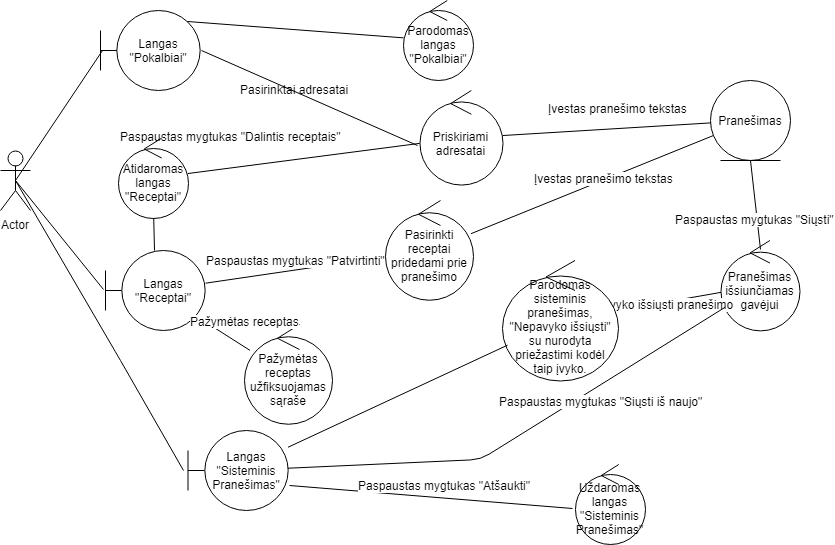
Earlier version of the draw.io export Nuotraukos/ROBUSTnaudotBendrPerPranesimus.png (Tristanas/PSI2-Food-Bee-Inc). Source tidied: cells renumbered, new cells last; positions are measured from the earlier drawing's top-left corner, leaving out a move shared by most shapes. Source of this version:
```xml
<mxGraphModel>
  <root>
    <mxCell id="0" />
    <mxCell id="1" parent="0" />
    <mxCell id="2" value="Actor" style="shape=umlActor;verticalLabelPosition=bottom;labelBackgroundColor=#ffffff;verticalAlign=top;html=1;outlineConnect=0;" parent="1" vertex="1">
      <mxGeometry y="150" width="30" height="60" as="geometry" />
    </mxCell>
    <mxCell id="3" value="Parodomas langas &quot;Pokalbiai&quot;" style="ellipse;shape=umlControl;whiteSpace=wrap;html=1;" parent="1" vertex="1">
      <mxGeometry x="403" width="70" height="80" as="geometry" />
    </mxCell>
    <mxCell id="4" value="Langas &quot;Pokalbiai&quot;" style="shape=umlBoundary;whiteSpace=wrap;html=1;" parent="1" vertex="1">
      <mxGeometry x="100" y="10" width="100" height="80" as="geometry" />
    </mxCell>
    <mxCell id="5" style="endArrow=none;html=1;exitX=0.87;exitY=0.138;exitDx=0;exitDy=0;exitPerimeter=0;" parent="1" edge="1" source="4" target="3">
      <mxGeometry relative="1" as="geometry" />
    </mxCell>
    <mxCell id="6" style="endArrow=none;html=1;entryX=0.02;entryY=0.5;entryDx=0;entryDy=0;entryPerimeter=0;exitX=0.5;exitY=0.5;exitDx=0;exitDy=0;exitPerimeter=0;" parent="1" edge="1" source="2" target="4">
      <mxGeometry relative="1" as="geometry" />
    </mxCell>
    <mxCell id="7" style="endArrow=none;html=1;exitX=1.01;exitY=0.5;exitDx=0;exitDy=0;exitPerimeter=0;entryX=-0.024;entryY=0.584;entryDx=0;entryDy=0;entryPerimeter=0;" parent="1" edge="1" source="4" target="9">
      <mxGeometry relative="1" as="geometry" />
    </mxCell>
    <mxCell id="8" value="Pasirinktai adresatai" style="text;html=1;align=left;verticalAlign=top;spacingTop=-4;" parent="1" vertex="1">
      <mxGeometry x="237.5" y="80" width="120" height="20" as="geometry" />
    </mxCell>
    <mxCell id="9" value="Priskiriami adresatai" style="ellipse;shape=umlControl;whiteSpace=wrap;html=1;" parent="1" vertex="1">
      <mxGeometry x="419" y="90" width="83" height="95" as="geometry" />
    </mxCell>
    <mxCell id="10" value="Pranešimas" style="ellipse;shape=umlEntity;whiteSpace=wrap;html=1;" parent="1" vertex="1">
      <mxGeometry x="710" y="80" width="80" height="80" as="geometry" />
    </mxCell>
    <mxCell id="11" style="endArrow=none;html=1;" parent="1" edge="1" source="10" target="9">
      <mxGeometry relative="1" as="geometry" />
    </mxCell>
    <mxCell id="12" value="Įvestas pranešimo tekstas" style="text;html=1;align=center;verticalAlign=middle;labelBackgroundColor=#ffffff;" parent="11" vertex="1">
      <mxGeometry x="-0.45" y="4" relative="1" as="geometry">
        <mxPoint x="-35.5" y="-22" as="offset" />
      </mxGeometry>
    </mxCell>
    <mxCell id="13" style="endArrow=none;html=1;" parent="1" edge="1" source="15" target="9">
      <mxGeometry relative="1" as="geometry" />
    </mxCell>
    <mxCell id="14" value="&lt;span&gt;Paspaustas mygtukas &quot;Dalintis receptais&quot;&lt;/span&gt;" style="text;html=1;align=center;verticalAlign=middle;labelBackgroundColor=#ffffff;" parent="13" vertex="1">
      <mxGeometry x="-0.68" relative="1" as="geometry">
        <mxPoint x="6.5" y="-33" as="offset" />
      </mxGeometry>
    </mxCell>
    <mxCell id="15" value="Atidaromas langas &quot;Receptai&quot;" style="ellipse;shape=umlControl;whiteSpace=wrap;html=1;" parent="1" vertex="1">
      <mxGeometry x="117.5" y="137.5" width="70" height="80" as="geometry" />
    </mxCell>
    <mxCell id="16" value="Langas &quot;Receptai&quot;" style="shape=umlBoundary;whiteSpace=wrap;html=1;" parent="1" vertex="1">
      <mxGeometry x="105" y="250" width="100" height="80" as="geometry" />
    </mxCell>
    <mxCell id="17" style="endArrow=none;html=1;" parent="1" edge="1" source="16" target="15">
      <mxGeometry relative="1" as="geometry" />
    </mxCell>
    <mxCell id="18" style="endArrow=none;html=1;entryX=0.5;entryY=0.5;entryDx=0;entryDy=0;entryPerimeter=0;exitX=-0.02;exitY=0.488;exitDx=0;exitDy=0;exitPerimeter=0;" parent="1" edge="1" source="16" target="2">
      <mxGeometry relative="1" as="geometry" />
    </mxCell>
    <mxCell id="19" value="Pažymėtas receptas užfiksuojamas sąraše" style="ellipse;shape=umlControl;whiteSpace=wrap;html=1;" parent="1" vertex="1">
      <mxGeometry x="244" y="324" width="88" height="100" as="geometry" />
    </mxCell>
    <mxCell id="20" style="endArrow=none;html=1;" parent="1" edge="1" source="19" target="16">
      <mxGeometry relative="1" as="geometry" />
    </mxCell>
    <mxCell id="21" value="Pažymėtas receptas" style="text;html=1;align=center;verticalAlign=middle;labelBackgroundColor=#ffffff;" parent="20" vertex="1">
      <mxGeometry x="0.4" y="1" relative="1" as="geometry">
        <mxPoint x="26.5" y="-10" as="offset" />
      </mxGeometry>
    </mxCell>
    <mxCell id="22" style="endArrow=none;html=1;" parent="1" edge="1" source="24" target="16">
      <mxGeometry relative="1" as="geometry" />
    </mxCell>
    <mxCell id="23" value="Paspaustas mygtukas &quot;Patvirtinti&quot;" style="text;html=1;align=center;verticalAlign=middle;labelBackgroundColor=#ffffff;" parent="22" vertex="1">
      <mxGeometry x="0.38" y="1" relative="1" as="geometry">
        <mxPoint x="33" y="-15.5" as="offset" />
      </mxGeometry>
    </mxCell>
    <mxCell id="24" value="Pasirinkti receptai pridedami prie pranešimo" style="ellipse;shape=umlControl;whiteSpace=wrap;html=1;" parent="1" vertex="1">
      <mxGeometry x="385" y="200" width="88" height="100" as="geometry" />
    </mxCell>
    <mxCell id="25" style="endArrow=none;html=1;" parent="1" edge="1" source="10" target="24">
      <mxGeometry relative="1" as="geometry" />
    </mxCell>
    <mxCell id="26" value="Įvestas pranešimo tekstas" style="text;html=1;align=center;verticalAlign=middle;labelBackgroundColor=#ffffff;" parent="25" vertex="1">
      <mxGeometry x="-0.45" y="4" relative="1" as="geometry">
        <mxPoint x="-44.5" y="11.5" as="offset" />
      </mxGeometry>
    </mxCell>
    <mxCell id="27" value="Pranešimas išsiunčiamas gavėjui" style="ellipse;shape=umlControl;whiteSpace=wrap;html=1;" parent="1" vertex="1">
      <mxGeometry x="720" y="240" width="79" height="90" as="geometry" />
    </mxCell>
    <mxCell id="28" style="endArrow=none;html=1;entryX=0.5;entryY=1;entryDx=0;entryDy=0;exitX=0.506;exitY=0.1;exitDx=0;exitDy=0;exitPerimeter=0;" parent="1" edge="1" source="27" target="10">
      <mxGeometry relative="1" as="geometry" />
    </mxCell>
    <mxCell id="29" value="Paspaustas mygtukas &quot;Siųsti&quot;" style="text;html=1;align=center;verticalAlign=middle;labelBackgroundColor=#ffffff;" parent="28" vertex="1">
      <mxGeometry x="-0.31" y="3" relative="1" as="geometry" />
    </mxCell>
    <mxCell id="30" style="endArrow=none;html=1;" parent="1" edge="1" source="32" target="27">
      <mxGeometry relative="1" as="geometry" />
    </mxCell>
    <mxCell id="31" value="&lt;span&gt;Nepavyko išsiųsti pranešimo&lt;/span&gt;" style="text;html=1;align=center;verticalAlign=middle;labelBackgroundColor=#ffffff;" parent="30" vertex="1">
      <mxGeometry x="-0.24" relative="1" as="geometry" />
    </mxCell>
    <mxCell id="32" value="Parodomas sisteminis pranešimas, &quot;Nepavyko išsiųsti&quot; su nurodyta priežastimi kodėl taip įvyko." style="ellipse;shape=umlControl;whiteSpace=wrap;html=1;" parent="1" vertex="1">
      <mxGeometry x="502" y="260" width="116" height="120" as="geometry" />
    </mxCell>
    <mxCell id="33" value="Langas &quot;Sisteminis Pranešimas&quot;" style="shape=umlBoundary;whiteSpace=wrap;html=1;" parent="1" vertex="1">
      <mxGeometry x="187.5" y="430" width="100" height="80" as="geometry" />
    </mxCell>
    <mxCell id="34" style="endArrow=none;html=1;" parent="1" edge="1" source="33" target="32">
      <mxGeometry relative="1" as="geometry" />
    </mxCell>
    <mxCell id="35" style="endArrow=none;html=1;" parent="1" edge="1" source="27" target="33">
      <mxGeometry relative="1" as="geometry">
        <Array as="points">
          <mxPoint x="480" y="459" />
        </Array>
      </mxGeometry>
    </mxCell>
    <mxCell id="36" value="Paspaustas mygtukas &quot;Siųsti iš naujo&quot;" style="text;html=1;align=center;verticalAlign=middle;labelBackgroundColor=#ffffff;" parent="35" vertex="1">
      <mxGeometry x="0.31" y="4" relative="1" as="geometry">
        <mxPoint x="146.5" y="-63.5" as="offset" />
      </mxGeometry>
    </mxCell>
    <mxCell id="37" value="Uždaromas langas &quot;Sisteminis Pranešimas&quot;" style="ellipse;shape=umlControl;whiteSpace=wrap;html=1;" parent="1" vertex="1">
      <mxGeometry x="574.5" y="464" width="70" height="80" as="geometry" />
    </mxCell>
    <mxCell id="38" style="endArrow=none;html=1;entryX=-0.05;entryY=0.5;entryDx=0;entryDy=0;entryPerimeter=0;exitX=0.5;exitY=0.5;exitDx=0;exitDy=0;exitPerimeter=0;" parent="1" edge="1" source="2" target="33">
      <mxGeometry relative="1" as="geometry">
        <Array as="points">
          <mxPoint x="120" y="360" />
        </Array>
      </mxGeometry>
    </mxCell>
    <mxCell id="39" style="endArrow=none;html=1;entryX=1.01;entryY=0.688;entryDx=0;entryDy=0;entryPerimeter=0;exitX=-0.029;exitY=0.55;exitDx=0;exitDy=0;exitPerimeter=0;" parent="1" edge="1" source="37" target="33">
      <mxGeometry relative="1" as="geometry" />
    </mxCell>
    <mxCell id="40" value="Paspaustas mygtukas &quot;Atšaukti&quot;" style="text;html=1;align=center;verticalAlign=middle;labelBackgroundColor=#ffffff;" parent="39" vertex="1">
      <mxGeometry x="-0.24" y="-1" relative="1" as="geometry">
        <mxPoint x="-20.5" y="-13.5" as="offset" />
      </mxGeometry>
    </mxCell>
  </root>
</mxGraphModel>
```
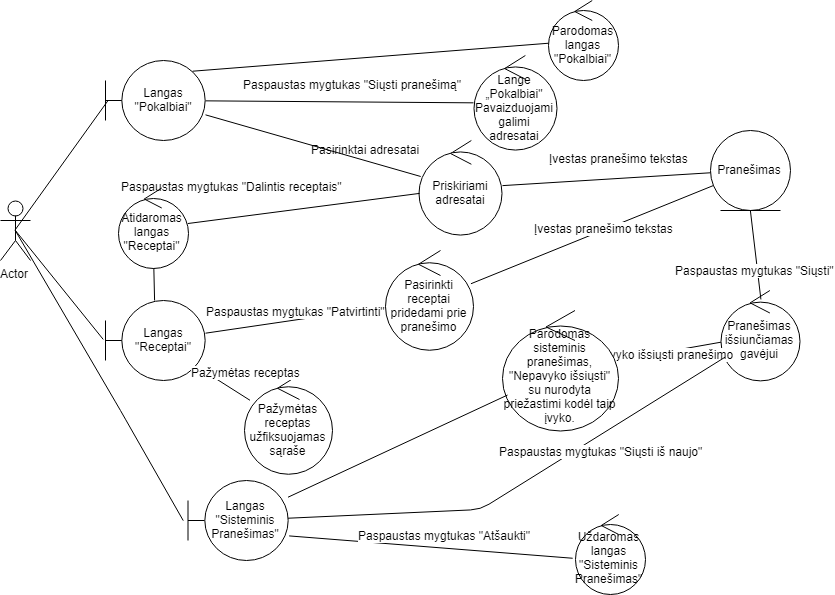
Above is the later version.

Commit message:
Update use case and RD

Change to the diagram source:
```diff
@@ -6,10 +6,10 @@
       <mxGeometry y="150" width="30" height="60" as="geometry" />
     </mxCell>
     <mxCell id="3" value="Parodomas langas &quot;Pokalbiai&quot;" style="ellipse;shape=umlControl;whiteSpace=wrap;html=1;" parent="1" vertex="1">
-      <mxGeometry x="403" width="70" height="80" as="geometry" />
+      <mxGeometry x="548" y="-50" width="70" height="80" as="geometry" />
     </mxCell>
     <mxCell id="4" value="Langas &quot;Pokalbiai&quot;" style="shape=umlBoundary;whiteSpace=wrap;html=1;" parent="1" vertex="1">
-      <mxGeometry x="100" y="10" width="100" height="80" as="geometry" />
+      <mxGeometry x="105" y="10" width="100" height="80" as="geometry" />
     </mxCell>
     <mxCell id="5" style="endArrow=none;html=1;exitX=0.87;exitY=0.138;exitDx=0;exitDy=0;exitPerimeter=0;" parent="1" edge="1" source="4" target="3">
       <mxGeometry relative="1" as="geometry" />
@@ -17,11 +17,11 @@
     <mxCell id="6" style="endArrow=none;html=1;entryX=0.02;entryY=0.5;entryDx=0;entryDy=0;entryPerimeter=0;exitX=0.5;exitY=0.5;exitDx=0;exitDy=0;exitPerimeter=0;" parent="1" edge="1" source="2" target="4">
       <mxGeometry relative="1" as="geometry" />
     </mxCell>
-    <mxCell id="7" style="endArrow=none;html=1;exitX=1.01;exitY=0.5;exitDx=0;exitDy=0;exitPerimeter=0;entryX=-0.024;entryY=0.584;entryDx=0;entryDy=0;entryPerimeter=0;" parent="1" edge="1" source="4" target="9">
+    <mxCell id="7" style="endArrow=none;html=1;" parent="1" edge="1" source="4" target="9">
       <mxGeometry relative="1" as="geometry" />
     </mxCell>
     <mxCell id="8" value="Pasirinktai adresatai" style="text;html=1;align=left;verticalAlign=top;spacingTop=-4;" parent="1" vertex="1">
-      <mxGeometry x="237.5" y="80" width="120" height="20" as="geometry" />
+      <mxGeometry x="309" y="90" width="120" height="20" as="geometry" />
     </mxCell>
     <mxCell id="9" value="Priskiriami adresatai" style="ellipse;shape=umlControl;whiteSpace=wrap;html=1;" parent="1" vertex="1">
       <mxGeometry x="419" y="90" width="83" height="95" as="geometry" />
@@ -141,5 +141,16 @@
         <mxPoint x="-20.5" y="-13.5" as="offset" />
       </mxGeometry>
     </mxCell>
+    <mxCell id="41" value="Lange „Pokalbiai&quot;&lt;br&gt;Pavaizduojami galimi adresatai" style="ellipse;shape=umlControl;whiteSpace=wrap;html=1;" parent="1" vertex="1">
+      <mxGeometry x="473" y="5" width="83" height="95" as="geometry" />
+    </mxCell>
+    <mxCell id="42" style="endArrow=none;html=1;" parent="1" edge="1" source="41" target="4">
+      <mxGeometry relative="1" as="geometry" />
+    </mxCell>
+    <mxCell id="43" value="Paspaustas mygtukas &quot;Siųsti pranešimą&quot;" style="text;html=1;align=center;verticalAlign=middle;labelBackgroundColor=#ffffff;" parent="42" vertex="1">
+      <mxGeometry x="0.16" y="-3" relative="1" as="geometry">
+        <mxPoint x="33.5" y="-14.5" as="offset" />
+      </mxGeometry>
+    </mxCell>
   </root>
 </mxGraphModel>
```
